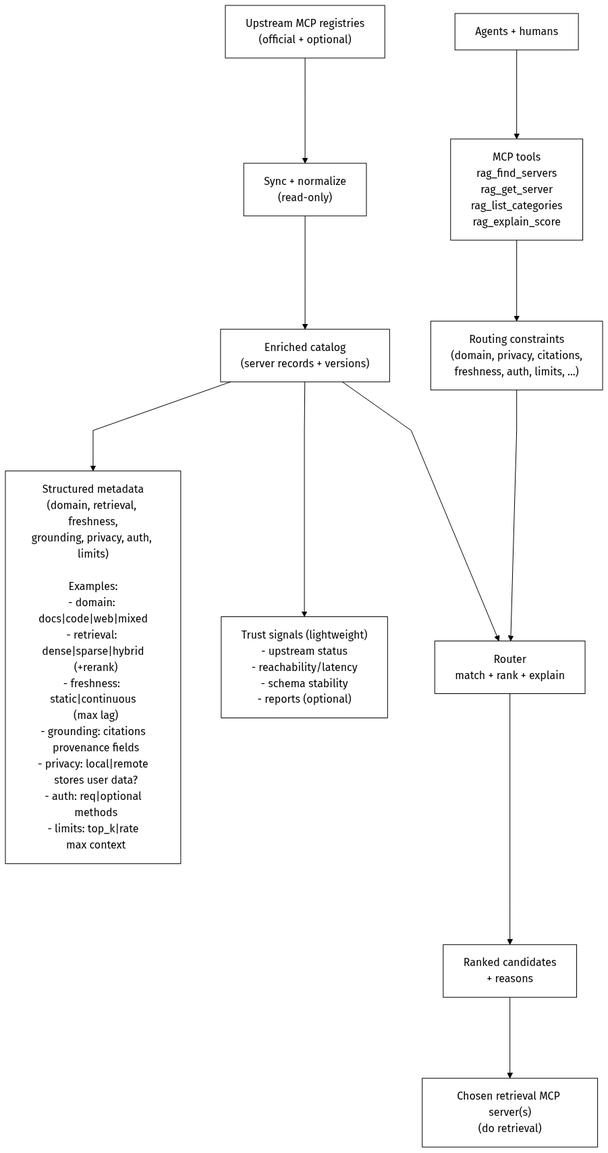
Above: docs/diagrams/ragmap-architecture.png in khalidsaidi/ragmap (Mermaid), before the change. Its source is kept beside it as docs/diagrams/ragmap-architecture.mmd.
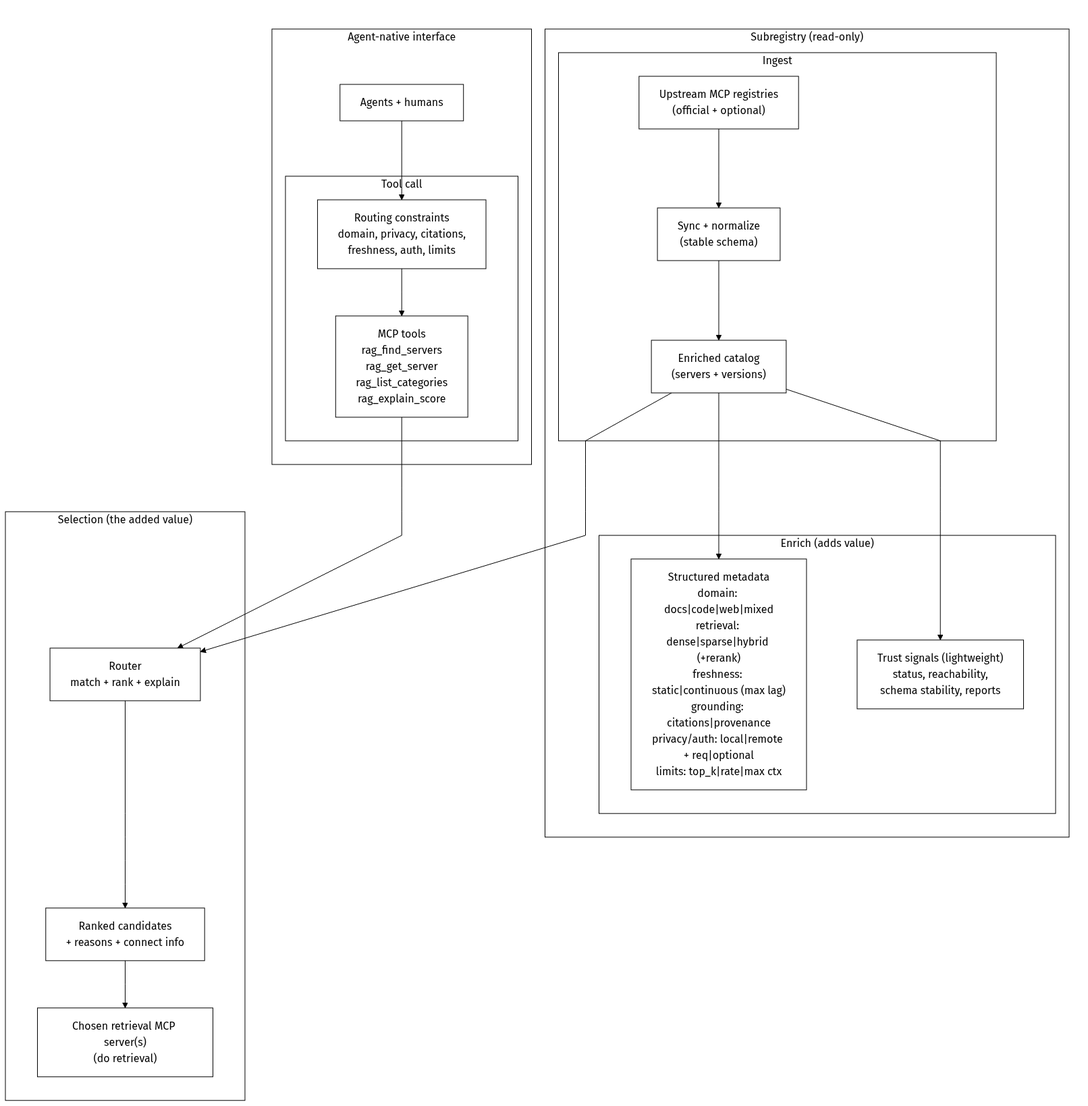
The same diagram one commit later.

Commit message:
docs: rebalance diagram layout (more square, less tall)

Change to the diagram source:
```diff
@@ -1,25 +1,52 @@
-%%{init: {"theme":"base","themeVariables":{"primaryColor":"#ffffff","primaryTextColor":"#000000","primaryBorderColor":"#000000","lineColor":"#000000","secondaryColor":"#ffffff","tertiaryColor":"#ffffff","clusterBkg":"#ffffff","clusterBorder":"#000000","edgeLabelBackground":"#ffffff"},"flowchart":{"curve":"linear","nodeSpacing":60,"rankSpacing":120}}}%%
+%%{init: {"theme":"base","themeVariables":{"primaryColor":"#ffffff","primaryTextColor":"#000000","primaryBorderColor":"#000000","lineColor":"#000000","secondaryColor":"#ffffff","tertiaryColor":"#ffffff","clusterBkg":"#ffffff","clusterBorder":"#000000","edgeLabelBackground":"#ffffff"},"flowchart":{"curve":"linear","nodeSpacing":75,"rankSpacing":70}}}%%
 flowchart TB
 
   classDef mono fill:#ffffff,stroke:#000000,color:#000000,stroke-width:1px;
 
-  Sources["Upstream MCP registries<br/>(official + optional)"]:::mono
-  Sync["Sync + normalize<br/>(read-only)"]:::mono
-  Catalog["Enriched catalog<br/>(server records + versions)"]:::mono
+  subgraph Inputs[" "]
+    direction LR
 
-  Cap["Structured metadata<br/>(domain, retrieval, freshness,<br/>grounding, privacy, auth, limits)<br/><br/>Examples:<br/>- domain: docs|code|web|mixed<br/>- retrieval: dense|sparse|hybrid<br/>  (+rerank)<br/>- freshness: static|continuous<br/>  (max lag)<br/>- grounding: citations<br/>  provenance fields<br/>- privacy: local|remote<br/>  stores user data?<br/>- auth: req|optional<br/>  methods<br/>- limits: top_k|rate<br/>  max context"]:::mono
+    subgraph Query["Agent-native interface"]
+      direction TB
+      Users["Agents + humans"]:::mono
+      subgraph Tooling["Tool call"]
+        direction LR
+        Criteria["Routing constraints<br/>domain, privacy, citations,<br/>freshness, auth, limits"]:::mono
+        Tools["MCP tools<br/>rag_find_servers<br/>rag_get_server<br/>rag_list_categories<br/>rag_explain_score"]:::mono
+      end
+      Users --> Criteria --> Tools
+    end
 
-  Trust["Trust signals (lightweight)<br/>- upstream status<br/>- reachability/latency<br/>- schema stability<br/>- reports (optional)"]:::mono
+    subgraph Subregistry["Subregistry (read-only)"]
+      direction TB
+      subgraph Ingest["Ingest"]
+        direction LR
+        Sources["Upstream MCP registries<br/>(official + optional)"]:::mono
+        Sync["Sync + normalize<br/>(stable schema)"]:::mono
+        Catalog["Enriched catalog<br/>(servers + versions)"]:::mono
+        Sources --> Sync --> Catalog
+      end
 
-  Router["Router<br/>match + rank + explain"]:::mono
-  Ranked["Ranked candidates<br/>+ reasons"]:::mono
-  Retrieval["Chosen retrieval MCP server(s)<br/>(do retrieval)"]:::mono
+      subgraph Enrich["Enrich (adds value)"]
+        direction LR
+        Cap["Structured metadata<br/>domain: docs|code|web|mixed<br/>retrieval: dense|sparse|hybrid (+rerank)<br/>freshness: static|continuous (max lag)<br/>grounding: citations|provenance<br/>privacy/auth: local|remote + req|optional<br/>limits: top_k|rate|max ctx"]:::mono
+        Trust["Trust signals (lightweight)<br/>status, reachability,<br/>schema stability, reports"]:::mono
+      end
 
-  Users["Agents + humans"]:::mono
-  Tools["MCP tools<br/>rag_find_servers<br/>rag_get_server<br/>rag_list_categories<br/>rag_explain_score"]:::mono
-  Criteria["Routing constraints<br/>(domain, privacy, citations,<br/>freshness, auth, limits, ...)"]:::mono
+      Catalog --> Cap
+      Catalog --> Trust
+    end
+  end
 
-  Sources --> Sync --> Catalog --> Router --> Ranked --> Retrieval
-  Catalog --> Cap
-  Catalog --> Trust
-  Users --> Tools --> Criteria --> Router
+  subgraph Selection["Selection (the added value)"]
+    direction LR
+    Router["Router<br/>match + rank + explain"]:::mono
+    Ranked["Ranked candidates<br/>+ reasons + connect info"]:::mono
+    Retrieval["Chosen retrieval MCP server(s)<br/>(do retrieval)"]:::mono
+    Router --> Ranked --> Retrieval
+  end
+
+  Tools --> Router
+  Catalog --> Router
+
+  style Inputs fill:#ffffff,stroke:#ffffff,stroke-width:0px
```
